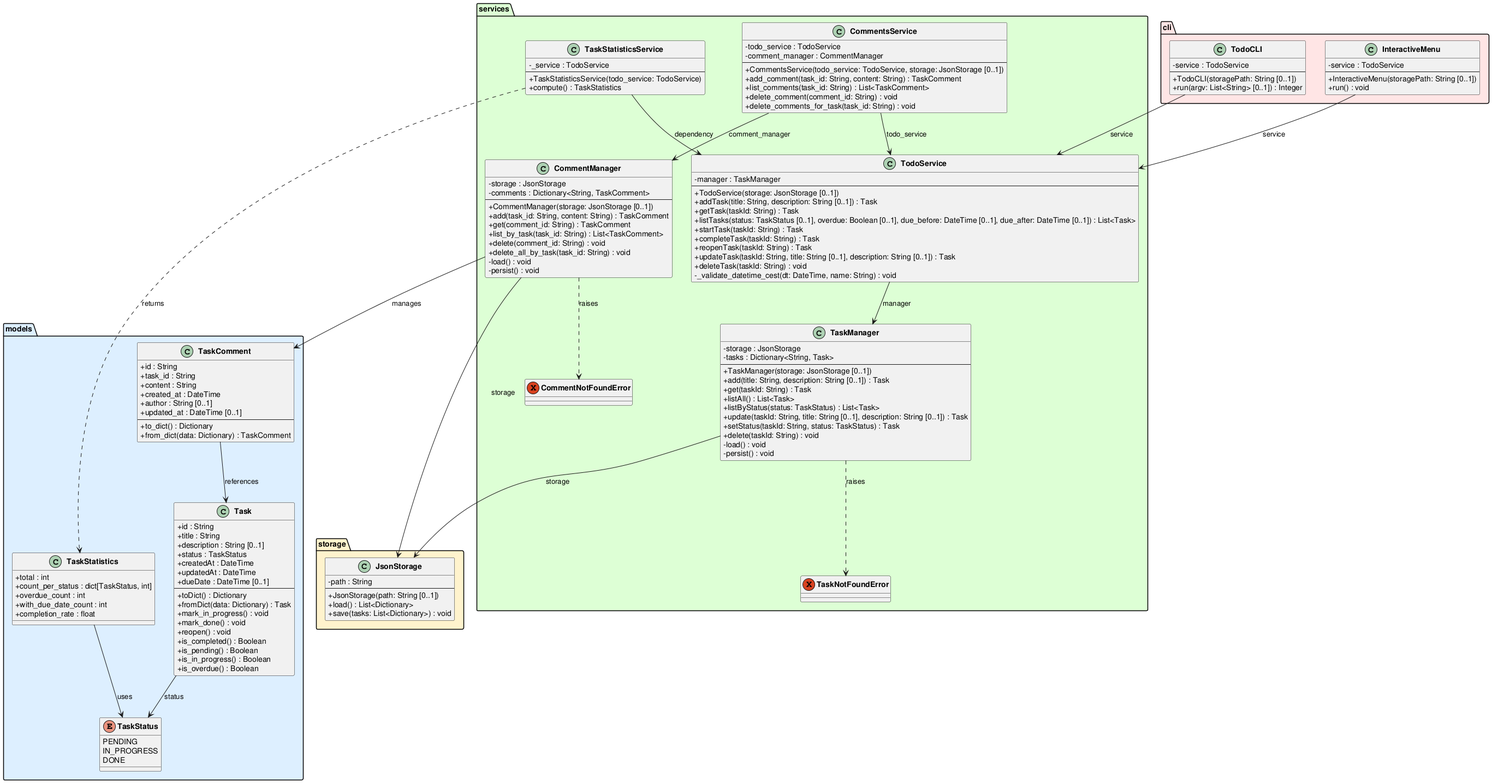
Earlier version of the PlantUML export experiments/supervisor_as_tools/test_driven/TODO/artifacts/class_diagram.png (DanielRiha8906/Software_autoevolution_using_agents).
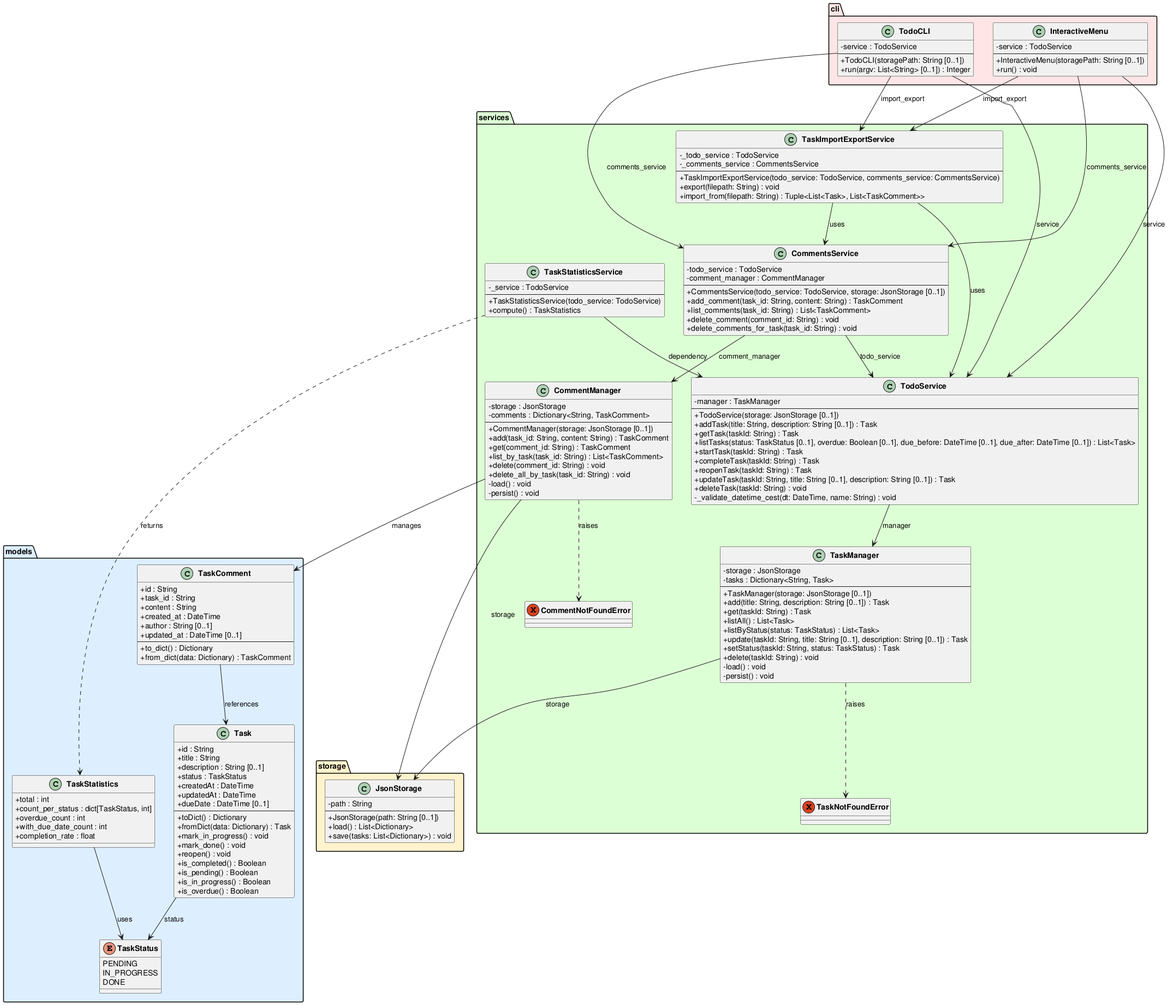
After the change.

Diff of the diagram source:
```diff
@@ -127,6 +127,15 @@
         +TaskStatisticsService(todo_service: TodoService)
         +compute() : TaskStatistics
     }
+
+    class TaskImportExportService {
+        -_todo_service : TodoService
+        -_comments_service : CommentsService
+        --
+        +TaskImportExportService(todo_service: TodoService, comments_service: CommentsService)
+        +export(filepath: String) : void
+        +import_from(filepath: String) : Tuple<List<Task>, List<TaskComment>>
+    }
 }
 
 package "cli" #FFE5E5 {
@@ -158,7 +167,13 @@
 TaskStatisticsService --> TodoService : dependency
 TaskStatisticsService ..> TaskStatistics : returns
 TaskStatistics --> TaskStatus : uses
+TaskImportExportService --> TodoService : uses
+TaskImportExportService --> CommentsService : uses
 TodoCLI --> TodoService : service
+TodoCLI --> CommentsService : comments_service
+TodoCLI --> TaskImportExportService : import_export
 InteractiveMenu --> TodoService : service
+InteractiveMenu --> CommentsService : comments_service
+InteractiveMenu --> TaskImportExportService : import_export
 
 @enduml
```
